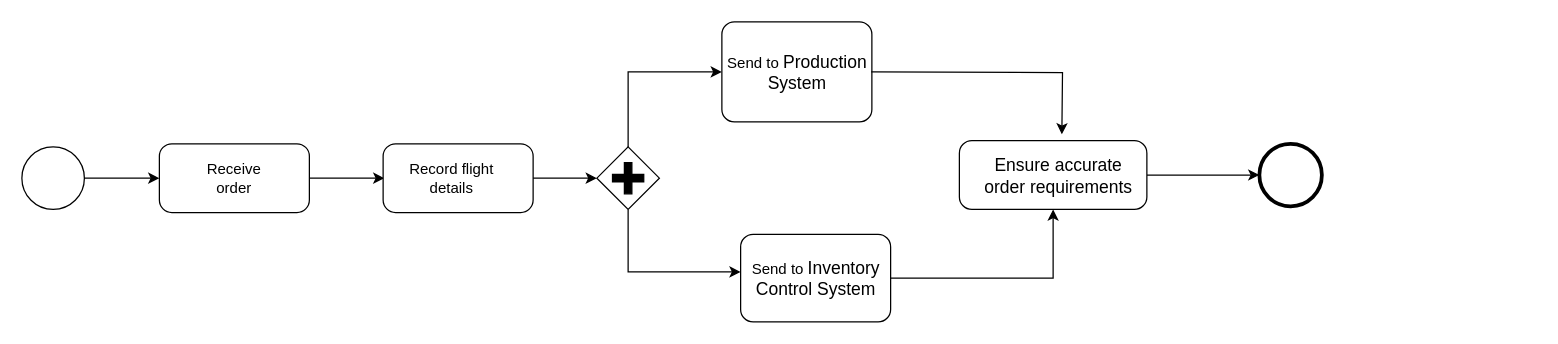
Before: Sales Order Processing System.drawio in zft666zft/ESA-Assignment, a draw.io diagram. Source tidied: cells renumbered, new cells numbered last; positions are measured from the earlier drawing's top-left corner, leaving out a move shared by most shapes. Both pictures are drawn from the tidied source at 125%, with x=0, y=0 at pixel (21, 21).
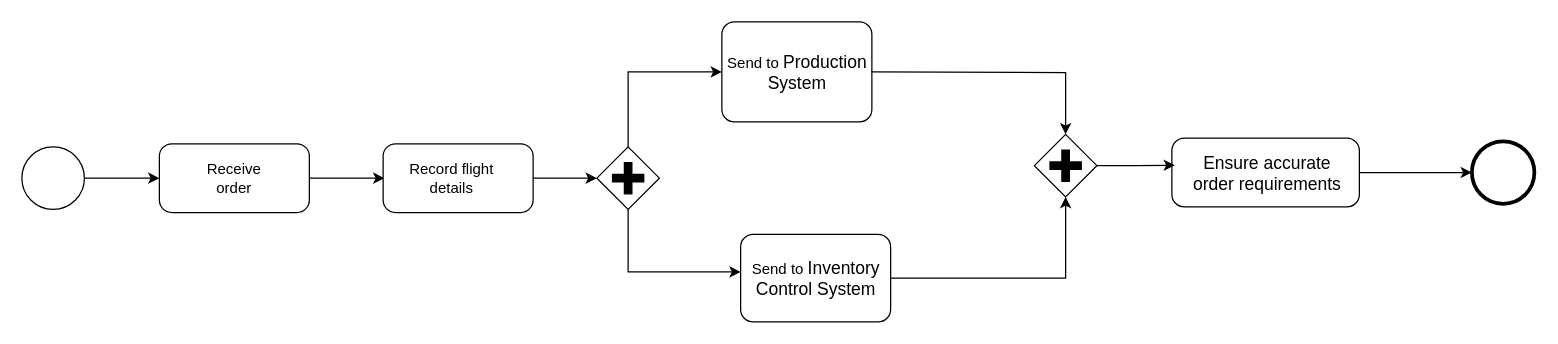
After the change.

The change refers to these unchanged cells:
```xml
<mxCell id="13" style="points=[[0.25,0,0],[0.5,0,0],[0.75,0,0],[1,0.25,0],[1,0.5,0],[1,0.75,0],[0.75,1,0],[0.5,1,0],[0.25,1,0],[0,0.75,0],[0,0.5,0],[0,0.25,0]];shape=mxgraph.bpmn.task;whiteSpace=wrap;rectStyle=rounded;size=10;html=1;taskMarker=abstract;" parent="1" vertex="1">
  <mxGeometry x="560" width="120" height="80" as="geometry" />
</mxCell>
<mxCell id="16" style="points=[[0.25,0,0],[0.5,0,0],[0.75,0,0],[1,0.25,0],[1,0.5,0],[1,0.75,0],[0.75,1,0],[0.5,1,0],[0.25,1,0],[0,0.75,0],[0,0.5,0],[0,0.25,0]];shape=mxgraph.bpmn.task;whiteSpace=wrap;rectStyle=rounded;size=10;html=1;taskMarker=abstract;" parent="1" vertex="1">
  <mxGeometry x="575" y="170" width="120" height="70" as="geometry" />
</mxCell>
```

What changed in the source:
```diff
@@
     <mxCell id="3" style="points=[[0.145,0.145,0],[0.5,0,0],[0.855,0.145,0],[1,0.5,0],[0.855,0.855,0],[0.5,1,0],[0.145,0.855,0],[0,0.5,0]];shape=mxgraph.bpmn.event;html=1;verticalLabelPosition=bottom;labelBackgroundColor=#ffffff;verticalAlign=top;align=center;perimeter=ellipsePerimeter;outlineConnect=0;outline=standard;symbol=general;strokeWidth=3;" parent="1" vertex="1">
-      <mxGeometry x="990" y="97.5" width="50" height="50" as="geometry" />
+      <mxGeometry x="1160" y="95.5" width="50" height="50" as="geometry" />
     </mxCell>
@@
-    <mxCell id="14" style="edgeStyle=orthogonalEdgeStyle;rounded=0;orthogonalLoop=1;jettySize=auto;html=1;" parent="13" edge="1">
+    <mxCell id="14" style="edgeStyle=orthogonalEdgeStyle;rounded=0;jettySize=auto;html=1;entryX=0.5;entryY=0;entryDx=0;entryDy=0;entryPerimeter=0;" parent="13" edge="1" target="23">
       <mxGeometry relative="1" as="geometry">
         <mxPoint x="119.5" y="40" as="sourcePoint" />
-        <mxPoint x="272" y="90" as="targetPoint" />
       </mxGeometry>
     </mxCell>
@@
     <mxCell id="20" style="points=[[0.25,0,0],[0.5,0,0],[0.75,0,0],[1,0.25,0],[1,0.5,0],[1,0.75,0],[0.75,1,0],[0.5,1,0],[0.25,1,0],[0,0.75,0],[0,0.5,0],[0,0.25,0]];shape=mxgraph.bpmn.task;whiteSpace=wrap;rectStyle=rounded;size=10;html=1;taskMarker=abstract;" parent="1" vertex="1">
-      <mxGeometry x="750" y="95" width="150" height="55" as="geometry" />
+      <mxGeometry x="920" y="93" width="150" height="55" as="geometry" />
     </mxCell>
+    <mxCell id="22" style="edgeStyle=orthogonalEdgeStyle;rounded=0;jettySize=auto;html=1;entryX=0.5;entryY=1;entryDx=0;entryDy=0;entryPerimeter=0;" parent="1" edge="1" source="16" target="23">
+      <mxGeometry relative="1" as="geometry" />
+    </mxCell>
+    <mxCell id="23" style="points=[[0.25,0.25,0],[0.5,0,0],[0.75,0.25,0],[1,0.5,0],[0.75,0.75,0],[0.5,1,0],[0.25,0.75,0],[0,0.5,0]];shape=mxgraph.bpmn.gateway2;html=1;verticalLabelPosition=bottom;labelBackgroundColor=#ffffff;verticalAlign=top;align=center;perimeter=rhombusPerimeter;outlineConnect=0;outline=none;symbol=none;gwType=parallel;" parent="1" vertex="1">
+      <mxGeometry x="810" y="90" width="50" height="50" as="geometry" />
+    </mxCell>
-    <mxCell id="21" value="&lt;p class=&quot;MsoNormal&quot;&gt;&lt;span style=&quot;mso-spacerun:'yes';font-family:Calibri;mso-fareast-font-family:宋体;&lt;br/&gt;mso-bidi-font-family:'Times New Roman';font-size:10.5000pt;mso-font-kerning:1.0000pt;&quot;&gt;Ensure accurate order requirements&lt;/span&gt;&lt;/p&gt;" style="text;html=1;align=center;verticalAlign=middle;whiteSpace=wrap;rounded=0;" parent="20" vertex="1">
-      <mxGeometry x="18.8" y="12.5" width="121.2" height="30" as="geometry" />
+    <mxCell id="21" value="&lt;p class=&quot;MsoNormal&quot;&gt;&lt;span style=&quot;mso-spacerun:'yes';font-family:Calibri;mso-fareast-font-family:宋体;&lt;br/&gt;mso-bidi-font-family:'Times New Roman';font-size:10.5000pt;mso-font-kerning:1.0000pt;&quot;&gt;Ensure accurate order requirements&lt;/span&gt;&lt;/p&gt;" style="text;html=1;align=center;verticalAlign=middle;whiteSpace=wrap;rounded=0;" parent="1" vertex="1">
+      <mxGeometry x="935.8" y="105.5" width="121.2" height="30" as="geometry" />
     </mxCell>
-    <mxCell id="22" style="edgeStyle=orthogonalEdgeStyle;rounded=0;jettySize=auto;html=1;entryX=0.5;entryY=1;entryDx=0;entryDy=0;entryPerimeter=0;" parent="1" edge="1" source="16" target="20">
-      <mxGeometry relative="1" as="geometry" />
-    </mxCell>
+    <mxCell id="24" style="edgeStyle=orthogonalEdgeStyle;rounded=0;jettySize=auto;html=1;entryX=0.016;entryY=0.394;entryDx=0;entryDy=0;entryPerimeter=0;" parent="1" edge="1" source="23" target="20">
+      <mxGeometry relative="1" as="geometry" />
+    </mxCell>
```
